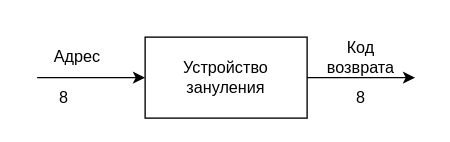
Earlier version of the draw.io diagram page "Page-1" (1 of 7) of Организация ЭВМ и систем/Отчет/3 1.drawio (eldarian-1/pstu). Source tidied: cells renumbered, new cells numbered last; positions are measured from the earlier drawing's top-left corner, leaving out a move shared by most shapes. Both pictures are drawn from the tidied source at 135%, with x=0, y=0 at pixel (23, 36).
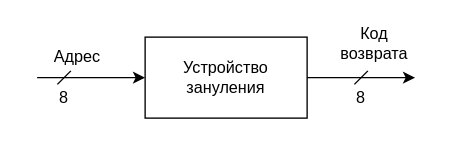
The same page after the edit.

What changed in the source:
```diff
@@
 <mxGraphModel>
   <root>
     <mxCell id="0" />
     <mxCell id="1" parent="0" />
+    <mxCell id="9" style="endArrow=none;html=1;rounded=0;" parent="1" edge="1">
+      <mxGeometry relative="1" as="geometry">
+        <mxPoint x="25" y="35" as="sourcePoint" />
+        <mxPoint x="35" y="25" as="targetPoint" />
+      </mxGeometry>
+    </mxCell>
     <mxCell id="2" value="&lt;div&gt;Устройство&lt;/div&gt;&lt;div&gt;зануления&lt;br&gt;&lt;/div&gt;" style="rounded=0;whiteSpace=wrap;html=1;" parent="1" vertex="1">
       <mxGeometry x="90" width="120" height="60" as="geometry" />
     </mxCell>
-    <mxCell id="3" style="endArrow=classic;html=1;rounded=0;" parent="1" edge="1" target="2">
-      <mxGeometry relative="1" as="geometry">
-        <mxPoint x="10" y="30" as="sourcePoint" />
-      </mxGeometry>
-    </mxCell>
+    <mxCell id="10" style="endArrow=classic;html=1;rounded=0;" parent="1" edge="1" target="2">
+      <mxGeometry relative="1" as="geometry">
+        <mxPoint x="10" y="30" as="sourcePoint" />
+      </mxGeometry>
+    </mxCell>
     <mxCell id="4" value="Адрес" style="text;html=1;strokeColor=none;fillColor=none;align=center;verticalAlign=middle;whiteSpace=wrap;rounded=0;" parent="1" vertex="1">
       <mxGeometry x="10" width="60" height="30" as="geometry" />
     </mxCell>
-    <mxCell id="5" style="endArrow=classic;html=1;rounded=0;" parent="1" edge="1" source="2">
-      <mxGeometry relative="1" as="geometry">
-        <mxPoint x="290" y="30" as="targetPoint" />
-      </mxGeometry>
-    </mxCell>
+    <mxCell id="11" style="endArrow=classic;html=1;rounded=0;" parent="1" edge="1" source="2">
+      <mxGeometry relative="1" as="geometry">
+        <mxPoint x="290" y="30" as="targetPoint" />
+      </mxGeometry>
+    </mxCell>
     <mxCell id="6" value="Код возврата" style="text;html=1;strokeColor=none;fillColor=none;align=center;verticalAlign=middle;whiteSpace=wrap;rounded=0;" parent="1" vertex="1">
-      <mxGeometry x="220" width="60" height="30" as="geometry" />
+      <mxGeometry x="230" y="-10" width="60" height="30" as="geometry" />
     </mxCell>
-    <mxCell id="7" value="8" style="text;html=1;strokeColor=none;fillColor=none;align=center;verticalAlign=middle;whiteSpace=wrap;rounded=0;" parent="1" vertex="1">
-      <mxGeometry y="30" width="60" height="30" as="geometry" />
-    </mxCell>
-    <mxCell id="8" value="8" style="text;html=1;strokeColor=none;fillColor=none;align=center;verticalAlign=middle;whiteSpace=wrap;rounded=0;" parent="1" vertex="1">
-      <mxGeometry x="220" y="30" width="60" height="30" as="geometry" />
-    </mxCell>
+    <mxCell id="12" value="8" style="text;html=1;strokeColor=none;fillColor=none;align=center;verticalAlign=middle;whiteSpace=wrap;rounded=0;" parent="1" vertex="1">
+      <mxGeometry y="30" width="60" height="30" as="geometry" />
+    </mxCell>
+    <mxCell id="13" value="8" style="text;html=1;strokeColor=none;fillColor=none;align=center;verticalAlign=middle;whiteSpace=wrap;rounded=0;" parent="1" vertex="1">
+      <mxGeometry x="220" y="30" width="60" height="30" as="geometry" />
+    </mxCell>
+    <mxCell id="14" style="endArrow=none;html=1;rounded=0;" parent="1" edge="1">
+      <mxGeometry relative="1" as="geometry">
+        <mxPoint x="245" y="35" as="sourcePoint" />
+        <mxPoint x="255" y="25" as="targetPoint" />
+      </mxGeometry>
+    </mxCell>
   </root>
 </mxGraphModel>
```
